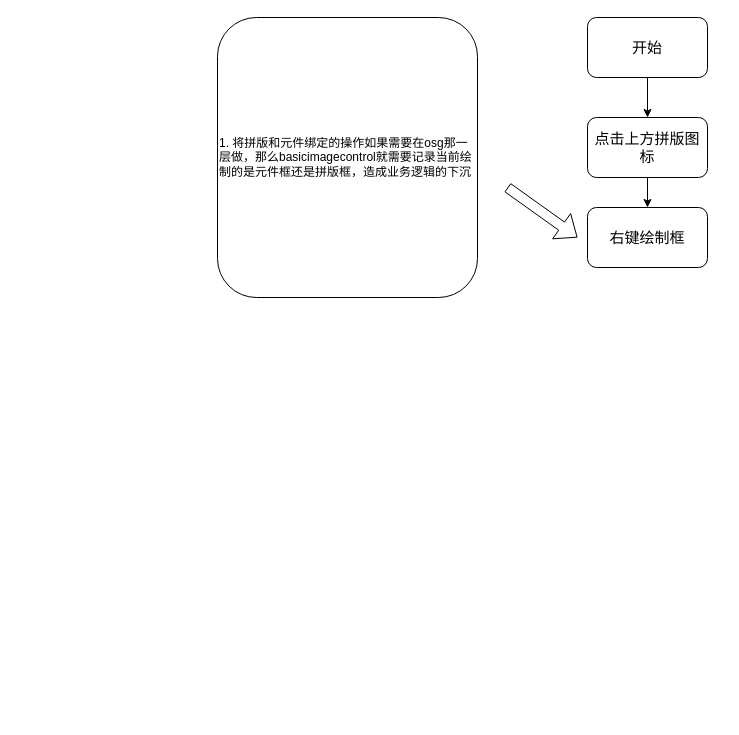
The draw.io diagram 新建拼版流程图.drawio in notThisMoment/drawIo, before the edit. Source tidied: cells renumbered, new cells numbered last; positions are measured from the earlier drawing's top-left corner, leaving out a move shared by most shapes. Both pictures are drawn from the tidied source at 100%, with x=0, y=0 at pixel (217, 17).
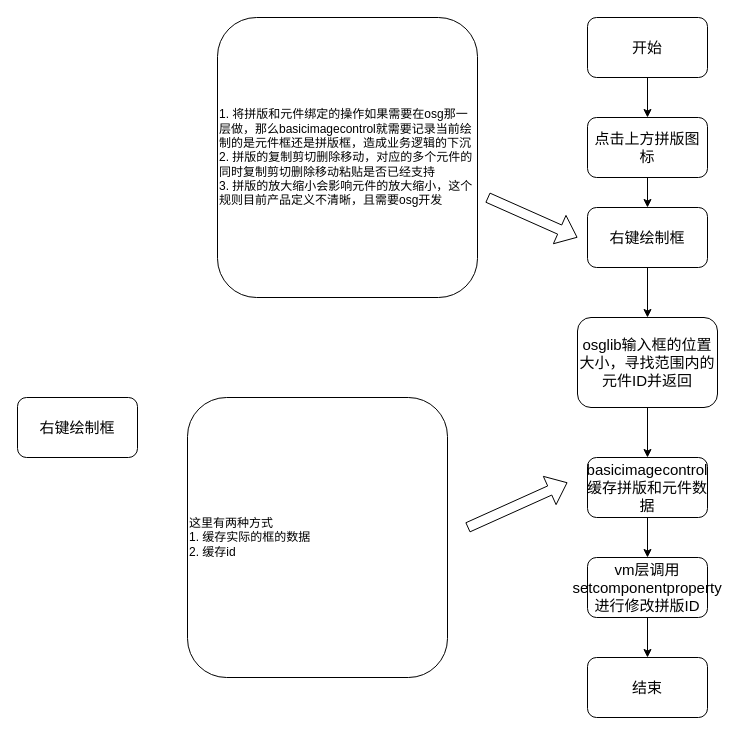
After the change.

Commit message (it also covers changes not shown here):
更新新建拼版流程图.drawio

Unchanged cells that the change refers to:
```xml
<mxCell id="6" value="右键绘制框" style="rounded=1;whiteSpace=wrap;html=1;fontSize=15;" parent="1" vertex="1">
  <mxGeometry x="370" y="190" width="120" height="60" as="geometry" />
</mxCell>
```

Change to the diagram source:
```diff
@@
+    <mxCell id="9" style="edgeStyle=orthogonalEdgeStyle;rounded=0;jettySize=auto;html=1;" parent="1" edge="1" source="6" target="11">
+      <mxGeometry relative="1" as="geometry" />
+    </mxCell>
@@
-    <mxCell id="7" value="1. 将拼版和元件绑定的操作如果需要在osg那一层做，那么basicimagecontrol就需要记录当前绘制的是元件框还是拼版框，造成业务逻辑的下沉" style="rounded=1;whiteSpace=wrap;html=1;align=left;" parent="1" vertex="1">
+    <mxCell id="7" value="1. 将拼版和元件绑定的操作如果需要在osg那一层做，那么basicimagecontrol就需要记录当前绘制的是元件框还是拼版框，造成业务逻辑的下沉&lt;br&gt;2. 拼版的复制剪切删除移动，对应的多个元件的同时复制剪切删除移动粘贴是否已经支持&lt;br&gt;3. 拼版的放大缩小会影响元件的放大缩小，这个规则目前产品定义不清晰，且需要osg开发" style="rounded=1;whiteSpace=wrap;html=1;align=left;" parent="1" vertex="1">
       <mxGeometry width="260" height="280" as="geometry" />
     </mxCell>
     <mxCell id="8" style="shape=flexArrow;endArrow=classic;html=1;rounded=0;" parent="1" edge="1">
       <mxGeometry relative="1" as="geometry">
-        <mxPoint x="290" y="170" as="sourcePoint" />
+        <mxPoint x="270" y="180" as="sourcePoint" />
         <mxPoint x="360" y="220" as="targetPoint" />
       </mxGeometry>
     </mxCell>
+    <mxCell id="10" style="edgeStyle=orthogonalEdgeStyle;rounded=0;jettySize=auto;html=1;" parent="1" edge="1" source="11" target="14">
+      <mxGeometry relative="1" as="geometry" />
+    </mxCell>
+    <mxCell id="11" value="osglib输入框的位置大小，寻找范围内的元件ID并返回" style="rounded=1;whiteSpace=wrap;html=1;fontSize=15;" parent="1" vertex="1">
+      <mxGeometry x="360" y="300" width="140" height="90" as="geometry" />
+    </mxCell>
+    <mxCell id="12" value="右键绘制框" style="rounded=1;whiteSpace=wrap;html=1;fontSize=15;" parent="1" vertex="1">
+      <mxGeometry x="-200" y="380" width="120" height="60" as="geometry" />
+    </mxCell>
+    <mxCell id="13" style="edgeStyle=orthogonalEdgeStyle;rounded=0;jettySize=auto;html=1;" parent="1" edge="1" source="14" target="16">
+      <mxGeometry relative="1" as="geometry" />
+    </mxCell>
+    <mxCell id="14" value="basicimagecontrol&lt;br&gt;缓存拼版和元件数据" style="rounded=1;whiteSpace=wrap;html=1;fontSize=15;" parent="1" vertex="1">
+      <mxGeometry x="370" y="440" width="120" height="60" as="geometry" />
+    </mxCell>
+    <mxCell id="15" style="edgeStyle=orthogonalEdgeStyle;rounded=0;jettySize=auto;html=1;" parent="1" edge="1" source="16" target="17">
+      <mxGeometry relative="1" as="geometry" />
+    </mxCell>
+    <mxCell id="16" value="vm层调用setcomponentproperty进行修改拼版ID" style="rounded=1;whiteSpace=wrap;html=1;fontSize=15;" parent="1" vertex="1">
+      <mxGeometry x="370" y="540" width="120" height="60" as="geometry" />
+    </mxCell>
+    <mxCell id="17" value="结束" style="rounded=1;whiteSpace=wrap;html=1;fontSize=15;" parent="1" vertex="1">
+      <mxGeometry x="370" y="640" width="120" height="60" as="geometry" />
+    </mxCell>
+    <mxCell id="18" value="这里有两种方式&lt;br&gt;1. 缓存实际的框的数据&lt;br&gt;2. 缓存id" style="rounded=1;whiteSpace=wrap;html=1;align=left;" parent="1" vertex="1">
+      <mxGeometry x="-30" y="380" width="260" height="280" as="geometry" />
+    </mxCell>
+    <mxCell id="19" style="shape=flexArrow;endArrow=classic;html=1;rounded=0;" parent="1" edge="1">
+      <mxGeometry relative="1" as="geometry">
+        <mxPoint x="250" y="510" as="sourcePoint" />
+        <mxPoint x="350" y="465" as="targetPoint" />
+      </mxGeometry>
+    </mxCell>
```
